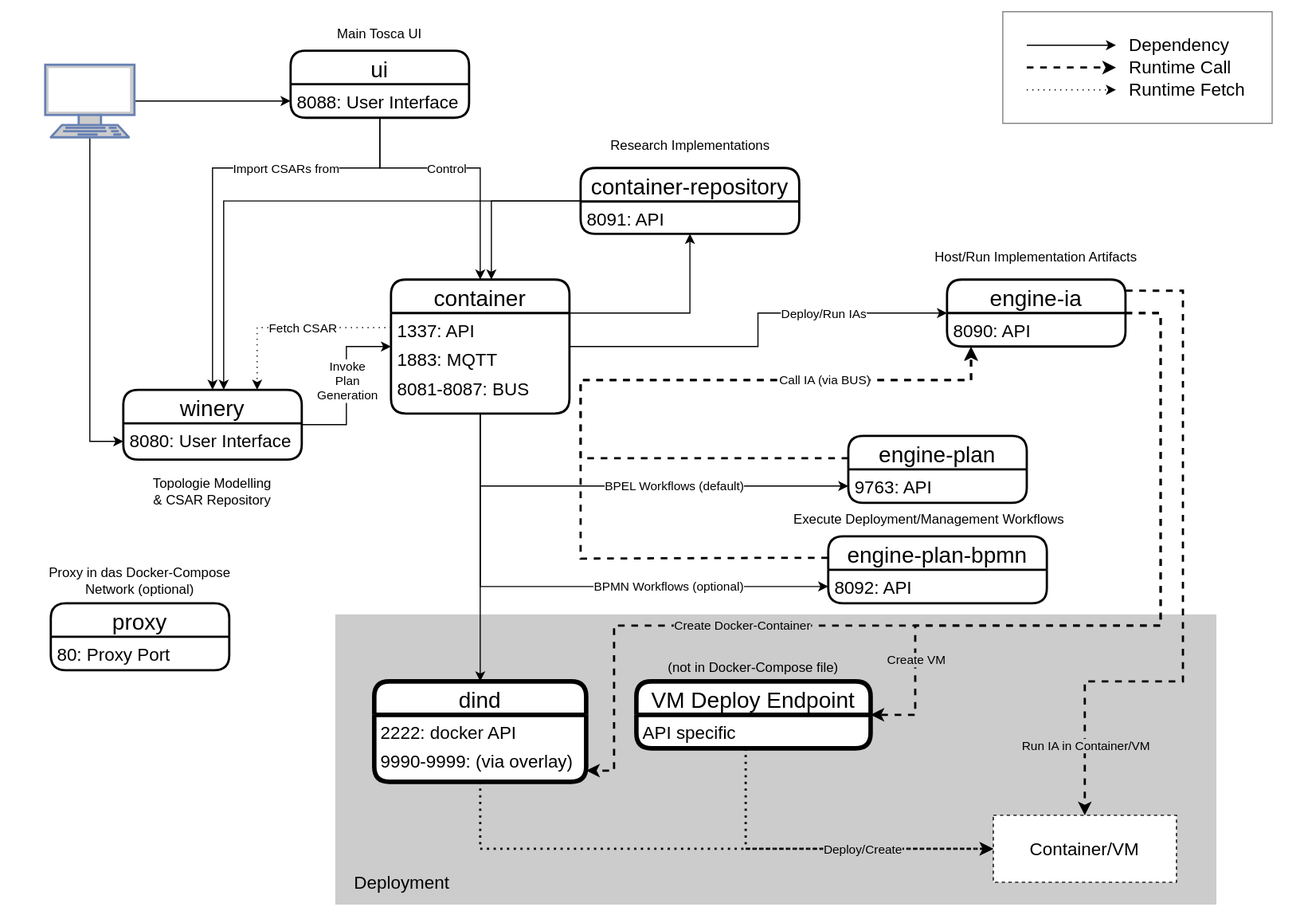
Above: docs/docker-compose-overview.svg in OpenTOSCA/opentosca-docker (draw.io), before the change. Source tidied: cells renumbered, new cells last; positions are measured from the earlier drawing's top-left corner, leaving out a move shared by most shapes.
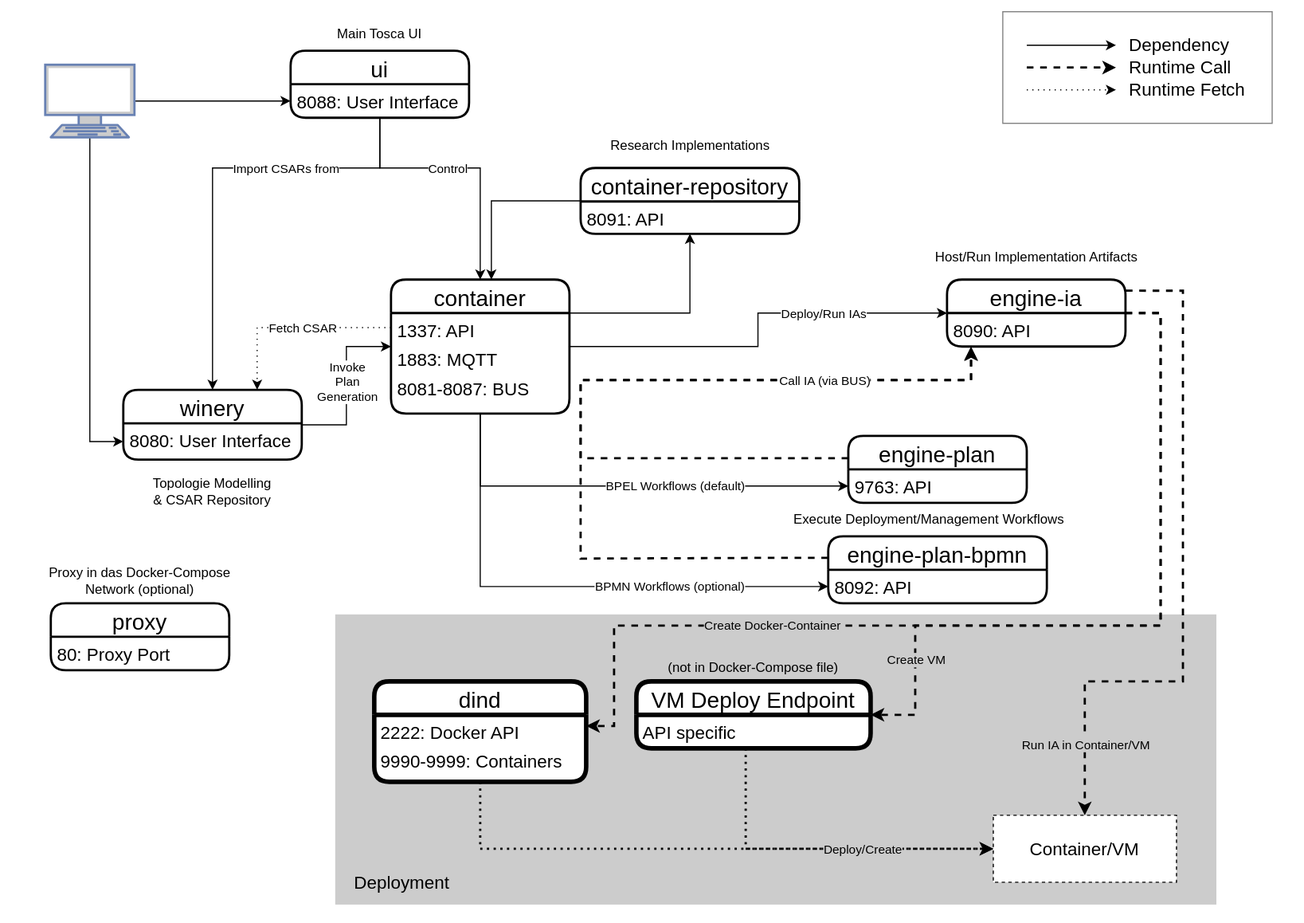
The same diagram one commit later.

What changed in the source:
```diff
@@ -33,9 +33,6 @@
     <mxCell id="9" value="BPMN Workflows (optional)" style="edgeLabel;html=1;align=center;verticalAlign=middle;" parent="8" vertex="1">
       <mxGeometry x="0.39" y="1" relative="1" as="geometry" />
     </mxCell>
-    <mxCell id="10" style="edgeStyle=orthogonalEdgeStyle;rounded=0;jettySize=auto;html=1;fontSize=16;" parent="1" edge="1" source="11" target="37">
-      <mxGeometry relative="1" as="geometry" />
-    </mxCell>
     <mxCell id="11" value="container" style="swimlane;horizontal=1;startSize=30;rounded=1;fontSize=20;fontStyle=0;strokeWidth=2;shadow=0;dashed=0;align=center;" parent="1" vertex="1">
       <mxGeometry x="310" y="240" width="160" height="120" as="geometry" />
     </mxCell>
@@ -57,13 +54,6 @@
         </Array>
       </mxGeometry>
     </mxCell>
-    <mxCell id="16" style="edgeStyle=orthogonalEdgeStyle;rounded=0;jettySize=auto;html=1;fontSize=16;" parent="1" edge="1" source="17" target="35">
-      <mxGeometry relative="1" as="geometry">
-        <Array as="points">
-          <mxPoint x="160" y="170" />
-        </Array>
-      </mxGeometry>
-    </mxCell>
     <mxCell id="17" value="container-repository" style="swimlane;horizontal=1;startSize=30;rounded=1;fontSize=20;fontStyle=0;strokeWidth=2;shadow=0;dashed=0;align=center;" parent="1" vertex="1">
       <mxGeometry x="480" y="140" width="196" height="59" as="geometry" />
     </mxCell>
@@ -152,10 +142,10 @@
     <mxCell id="37" value="dind" style="swimlane;horizontal=1;startSize=30;rounded=1;fontSize=20;fontStyle=0;strokeWidth=4;shadow=0;dashed=0;align=center;swimlaneFillColor=#ffffff;" parent="1" vertex="1">
       <mxGeometry x="295" y="600" width="190" height="90" as="geometry" />
     </mxCell>
-    <mxCell id="38" value="2222: docker API" style="text;strokeColor=none;fillColor=none;align=left;verticalAlign=top;spacingLeft=4;spacingRight=4;overflow=hidden;fontSize=16;" parent="37" vertex="1">
+    <mxCell id="38" value="2222: Docker API" style="text;strokeColor=none;fillColor=none;align=left;verticalAlign=top;spacingLeft=4;spacingRight=4;overflow=hidden;fontSize=16;" parent="37" vertex="1">
       <mxGeometry y="30" width="190" height="26" as="geometry" />
     </mxCell>
-    <mxCell id="39" value="9990-9999: (via overlay)" style="text;strokeColor=none;fillColor=none;align=left;verticalAlign=top;spacingLeft=4;spacingRight=4;overflow=hidden;fontSize=16;" parent="37" vertex="1">
+    <mxCell id="39" value="9990-9999: Containers" style="text;strokeColor=none;fillColor=none;align=left;verticalAlign=top;spacingLeft=4;spacingRight=4;overflow=hidden;fontSize=16;" parent="37" vertex="1">
       <mxGeometry y="56" width="190" height="34" as="geometry" />
     </mxCell>
     <mxCell id="40" value="proxy" style="swimlane;horizontal=1;startSize=30;rounded=1;fontSize=20;fontStyle=0;strokeWidth=2;shadow=0;dashed=0;align=center;" parent="1" vertex="1">
@@ -258,7 +248,7 @@
           <mxPoint x="1000" y="270" />
           <mxPoint x="1000" y="550" />
           <mxPoint x="510" y="550" />
-          <mxPoint x="510" y="680" />
+          <mxPoint x="510" y="640" />
         </Array>
       </mxGeometry>
     </mxCell>
```
